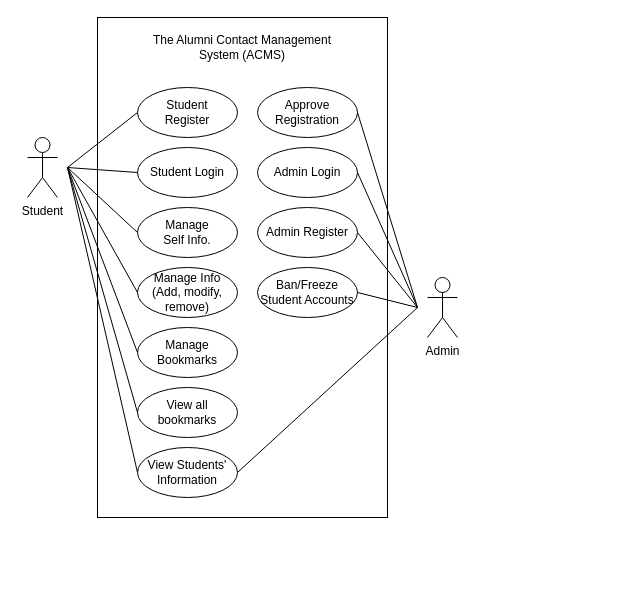
The draw.io diagram Design/Usecases.drawio in DIT202003G1/WebDev20023404, before the edit. Source tidied: cells renumbered, new cells numbered last; positions are measured from the earlier drawing's top-left corner, leaving out a move shared by most shapes. Both pictures are drawn from the tidied source at 100%, with x=0, y=0 at pixel (27, 17).
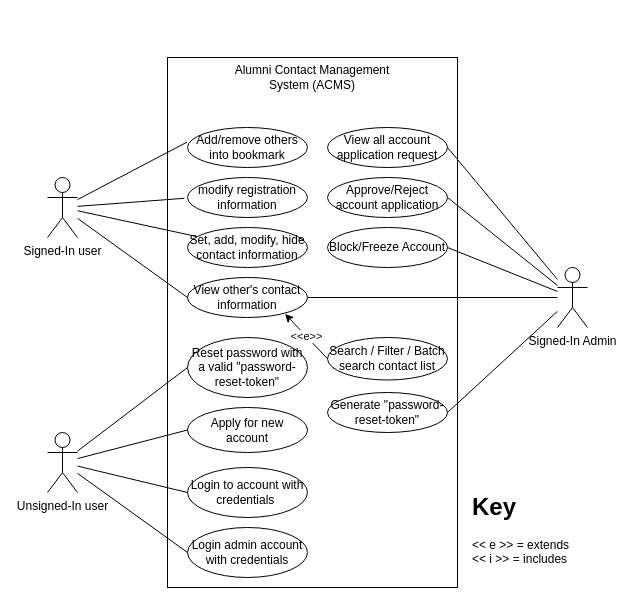
Above is the later version.

Commit message:
usecases v2 to match documentation

What changed in the source:
```diff
@@
-    <mxCell id="2" value="Student" style="shape=umlActor;verticalLabelPosition=bottom;verticalAlign=top;html=1;" parent="1" vertex="1">
-      <mxGeometry y="120" width="30" height="60" as="geometry" />
-    </mxCell>
-    <mxCell id="3" style="rounded=0;whiteSpace=wrap;html=1;" parent="1" vertex="1">
-      <mxGeometry x="70" width="290" height="500" as="geometry" />
-    </mxCell>
-    <mxCell id="4" value="Admin" style="shape=umlActor;verticalLabelPosition=bottom;verticalAlign=top;html=1;" parent="1" vertex="1">
-      <mxGeometry x="400" y="260" width="30" height="60" as="geometry" />
-    </mxCell>
-    <mxCell id="5" value="The Alumni Contact Management System (ACMS)" style="text;html=1;strokeColor=none;fillColor=none;align=center;verticalAlign=middle;whiteSpace=wrap;rounded=0;" parent="1" vertex="1">
-      <mxGeometry x="115" y="20" width="200" height="20" as="geometry" />
-    </mxCell>
-    <mxCell id="6" value="Student&lt;br&gt;Register" style="ellipse;whiteSpace=wrap;html=1;" parent="1" vertex="1">
-      <mxGeometry x="110" y="70" width="100" height="50" as="geometry" />
-    </mxCell>
-    <mxCell id="7" value="Student Login" style="ellipse;whiteSpace=wrap;html=1;" parent="1" vertex="1">
-      <mxGeometry x="110" y="130" width="100" height="50" as="geometry" />
-    </mxCell>
-    <mxCell id="8" value="Approve&lt;br&gt;Registration" style="ellipse;whiteSpace=wrap;html=1;" parent="1" vertex="1">
-      <mxGeometry x="230" y="70" width="100" height="50" as="geometry" />
-    </mxCell>
-    <mxCell id="9" value="Admin Login" style="ellipse;whiteSpace=wrap;html=1;" parent="1" vertex="1">
-      <mxGeometry x="230" y="130" width="100" height="50" as="geometry" />
-    </mxCell>
-    <mxCell id="10" value="Admin Register" style="ellipse;whiteSpace=wrap;html=1;" parent="1" vertex="1">
-      <mxGeometry x="230" y="190" width="100" height="50" as="geometry" />
-    </mxCell>
-    <mxCell id="11" value="Manage&lt;br&gt;Self Info." style="ellipse;whiteSpace=wrap;html=1;" parent="1" vertex="1">
-      <mxGeometry x="110" y="190" width="100" height="50" as="geometry" />
-    </mxCell>
-    <mxCell id="12" value="View Students'&lt;br&gt;Information" style="ellipse;whiteSpace=wrap;html=1;" parent="1" vertex="1">
-      <mxGeometry x="110" y="430" width="100" height="50" as="geometry" />
-    </mxCell>
-    <mxCell id="13" value="Manage Info&lt;br&gt;(Add, modify, remove)" style="ellipse;whiteSpace=wrap;html=1;" parent="1" vertex="1">
-      <mxGeometry x="110" y="250" width="100" height="50" as="geometry" />
-    </mxCell>
-    <mxCell id="14" value="Ban/Freeze Student Accounts" style="ellipse;whiteSpace=wrap;html=1;" parent="1" vertex="1">
-      <mxGeometry x="230" y="250" width="100" height="50" as="geometry" />
-    </mxCell>
-    <mxCell id="15" style="endArrow=none;html=1;entryX=0;entryY=0.5;entryDx=0;entryDy=0;" parent="1" edge="1" target="6">
-      <mxGeometry relative="1" as="geometry">
-        <mxPoint x="40" y="150" as="sourcePoint" />
-      </mxGeometry>
-    </mxCell>
-    <mxCell id="16" style="endArrow=none;html=1;entryX=0;entryY=0.5;entryDx=0;entryDy=0;" parent="1" edge="1" target="7">
-      <mxGeometry relative="1" as="geometry">
-        <mxPoint x="40" y="150" as="sourcePoint" />
-      </mxGeometry>
-    </mxCell>
-    <mxCell id="17" style="endArrow=none;html=1;entryX=0;entryY=0.5;entryDx=0;entryDy=0;" parent="1" edge="1" target="11">
-      <mxGeometry relative="1" as="geometry">
-        <mxPoint x="40" y="150" as="sourcePoint" />
-      </mxGeometry>
-    </mxCell>
-    <mxCell id="18" style="endArrow=none;html=1;entryX=0;entryY=0.5;entryDx=0;entryDy=0;" parent="1" edge="1" target="13">
-      <mxGeometry relative="1" as="geometry">
-        <mxPoint x="40" y="150" as="sourcePoint" />
-      </mxGeometry>
-    </mxCell>
-    <mxCell id="19" style="endArrow=none;html=1;entryX=0;entryY=0.5;entryDx=0;entryDy=0;" parent="1" edge="1" target="12">
-      <mxGeometry relative="1" as="geometry">
-        <mxPoint x="40" y="150" as="sourcePoint" />
-      </mxGeometry>
-    </mxCell>
-    <mxCell id="20" style="endArrow=none;html=1;exitX=1;exitY=0.5;exitDx=0;exitDy=0;" parent="1" edge="1" source="8">
-      <mxGeometry relative="1" as="geometry">
-        <mxPoint x="390" y="290" as="targetPoint" />
-      </mxGeometry>
-    </mxCell>
-    <mxCell id="21" style="endArrow=none;html=1;exitX=1;exitY=0.5;exitDx=0;exitDy=0;" parent="1" edge="1" source="9">
-      <mxGeometry relative="1" as="geometry">
-        <mxPoint x="390" y="290" as="targetPoint" />
-      </mxGeometry>
-    </mxCell>
-    <mxCell id="22" style="endArrow=none;html=1;exitX=1;exitY=0.5;exitDx=0;exitDy=0;" parent="1" edge="1" source="10">
-      <mxGeometry relative="1" as="geometry">
-        <mxPoint x="390" y="290" as="targetPoint" />
-      </mxGeometry>
-    </mxCell>
-    <mxCell id="23" style="endArrow=none;html=1;exitX=1;exitY=0.5;exitDx=0;exitDy=0;" parent="1" edge="1" source="14">
-      <mxGeometry relative="1" as="geometry">
-        <mxPoint x="390" y="290" as="targetPoint" />
-      </mxGeometry>
-    </mxCell>
-    <mxCell id="24" style="endArrow=none;html=1;exitX=1;exitY=0.5;exitDx=0;exitDy=0;" parent="1" edge="1" source="12">
-      <mxGeometry relative="1" as="geometry">
-        <mxPoint x="390" y="290" as="targetPoint" />
-      </mxGeometry>
-    </mxCell>
-    <mxCell id="25" value="Manage Bookmarks" style="ellipse;whiteSpace=wrap;html=1;" parent="1" vertex="1">
-      <mxGeometry x="110" y="310" width="100" height="50" as="geometry" />
-    </mxCell>
-    <mxCell id="26" style="endArrow=none;html=1;entryX=0;entryY=0.5;entryDx=0;entryDy=0;" parent="1" edge="1" target="25">
-      <mxGeometry relative="1" as="geometry">
-        <mxPoint x="40" y="150" as="sourcePoint" />
-      </mxGeometry>
-    </mxCell>
-    <mxCell id="27" value="View all bookmarks" style="ellipse;whiteSpace=wrap;html=1;" parent="1" vertex="1">
-      <mxGeometry x="110" y="370" width="100" height="50" as="geometry" />
-    </mxCell>
-    <mxCell id="28" style="endArrow=none;html=1;entryX=0;entryY=0.5;entryDx=0;entryDy=0;" parent="1" edge="1" target="27">
-      <mxGeometry relative="1" as="geometry">
-        <mxPoint x="40" y="150" as="sourcePoint" />
-      </mxGeometry>
-    </mxCell>
+    <mxCell id="29" style="rounded=0;whiteSpace=wrap;html=1;" parent="1" vertex="1">
+      <mxGeometry x="140" y="40" width="290" height="530" as="geometry" />
+    </mxCell>
+    <mxCell id="30" value="Set, add, modify, hide contact information" style="ellipse;whiteSpace=wrap;html=1;" parent="1" vertex="1">
+      <mxGeometry x="160" y="210" width="120" height="40" as="geometry" />
+    </mxCell>
+    <mxCell id="31" style="endArrow=none;html=1;" parent="1" edge="1" source="40" target="30">
+      <mxGeometry relative="1" as="geometry" />
+    </mxCell>
+    <mxCell id="32" value="Unsigned-In user" style="shape=umlActor;verticalLabelPosition=bottom;verticalAlign=top;html=1;outlineConnect=0;" parent="1" vertex="1">
+      <mxGeometry x="20" y="415" width="30" height="60" as="geometry" />
+    </mxCell>
+    <mxCell id="33" style="endArrow=none;html=1;entryX=0;entryY=0.5;entryDx=0;entryDy=0;" parent="1" edge="1" source="32" target="34">
+      <mxGeometry relative="1" as="geometry" />
+    </mxCell>
+    <mxCell id="34" value="Apply for new account" style="ellipse;whiteSpace=wrap;html=1;" parent="1" vertex="1">
+      <mxGeometry x="160" y="390" width="120" height="45" as="geometry" />
+    </mxCell>
+    <mxCell id="35" value="View other's contact information" style="ellipse;whiteSpace=wrap;html=1;" parent="1" vertex="1">
+      <mxGeometry x="160" y="260" width="120" height="40" as="geometry" />
+    </mxCell>
+    <mxCell id="36" value="Login to account with credentials&amp;nbsp;" style="ellipse;whiteSpace=wrap;html=1;" parent="1" vertex="1">
+      <mxGeometry x="160" y="450" width="120" height="50" as="geometry" />
+    </mxCell>
+    <mxCell id="37" style="endArrow=none;html=1;entryX=0;entryY=0.5;entryDx=0;entryDy=0;" parent="1" edge="1" source="32" target="36">
+      <mxGeometry relative="1" as="geometry" />
+    </mxCell>
+    <mxCell id="38" value="Reset password with a valid &quot;password-reset-token&quot;" style="ellipse;whiteSpace=wrap;html=1;" parent="1" vertex="1">
+      <mxGeometry x="160" y="320" width="120" height="60" as="geometry" />
+    </mxCell>
+    <mxCell id="39" style="endArrow=none;html=1;entryX=0;entryY=0.5;entryDx=0;entryDy=0;" parent="1" edge="1" source="32" target="38">
+      <mxGeometry relative="1" as="geometry" />
+    </mxCell>
+    <mxCell id="40" value="Signed-In user" style="shape=umlActor;verticalLabelPosition=bottom;verticalAlign=top;html=1;outlineConnect=0;" parent="1" vertex="1">
+      <mxGeometry x="20" y="160" width="30" height="60" as="geometry" />
+    </mxCell>
+    <mxCell id="41" style="endArrow=none;html=1;entryX=0;entryY=0.5;entryDx=0;entryDy=0;" parent="1" edge="1" source="40" target="35">
+      <mxGeometry relative="1" as="geometry" />
+    </mxCell>
+    <mxCell id="42" value="Search / Filter / Batch search contact list" style="ellipse;whiteSpace=wrap;html=1;" parent="1" vertex="1">
+      <mxGeometry x="300" y="320" width="120" height="42.5" as="geometry" />
+    </mxCell>
+    <mxCell id="43" value="&amp;lt;&amp;lt;e&amp;gt;&amp;gt;" style="endArrow=classic;html=1;exitX=0;exitY=0.5;exitDx=0;exitDy=0;entryX=0.813;entryY=0.91;entryDx=0;entryDy=0;entryPerimeter=0;" parent="1" edge="1" source="42" target="35">
+      <mxGeometry relative="1" as="geometry" />
+    </mxCell>
+    <mxCell id="44" value="&lt;h1&gt;Key&lt;/h1&gt;&lt;div&gt;&amp;lt;&amp;lt; e &amp;gt;&amp;gt; = extends&lt;/div&gt;&lt;div&gt;&amp;lt;&amp;lt; i &amp;gt;&amp;gt; = includes&lt;/div&gt;" style="text;html=1;strokeColor=none;fillColor=none;spacing=5;spacingTop=-20;whiteSpace=wrap;overflow=hidden;rounded=0;" parent="1" vertex="1">
+      <mxGeometry x="440" y="470" width="130" height="90" as="geometry" />
+    </mxCell>
+    <mxCell id="45" value="modify registration information" style="ellipse;whiteSpace=wrap;html=1;" parent="1" vertex="1">
+      <mxGeometry x="160" y="160" width="120" height="40" as="geometry" />
+    </mxCell>
+    <mxCell id="46" style="endArrow=none;html=1;entryX=-0.026;entryY=0.52;entryDx=0;entryDy=0;entryPerimeter=0;" parent="1" edge="1" source="40" target="45">
+      <mxGeometry relative="1" as="geometry" />
+    </mxCell>
+    <mxCell id="47" value="Add/remove others into bookmark" style="ellipse;whiteSpace=wrap;html=1;" parent="1" vertex="1">
+      <mxGeometry x="160" y="110" width="120" height="40" as="geometry" />
+    </mxCell>
+    <mxCell id="48" style="endArrow=none;html=1;entryX=-0.004;entryY=0.365;entryDx=0;entryDy=0;entryPerimeter=0;" parent="1" edge="1" source="40" target="47">
+      <mxGeometry relative="1" as="geometry" />
+    </mxCell>
+    <mxCell id="49" value="View all account application request" style="ellipse;whiteSpace=wrap;html=1;" parent="1" vertex="1">
+      <mxGeometry x="300" y="110" width="120" height="40" as="geometry" />
+    </mxCell>
+    <mxCell id="50" value="Login admin account with credentials" style="ellipse;whiteSpace=wrap;html=1;" parent="1" vertex="1">
+      <mxGeometry x="160" y="510" width="120" height="50" as="geometry" />
+    </mxCell>
+    <mxCell id="51" style="endArrow=none;html=1;entryX=0;entryY=0.5;entryDx=0;entryDy=0;" parent="1" edge="1" source="32" target="50">
+      <mxGeometry relative="1" as="geometry" />
+    </mxCell>
+    <mxCell id="52" value="Approve/Reject account application" style="ellipse;whiteSpace=wrap;html=1;" parent="1" vertex="1">
+      <mxGeometry x="300" y="160" width="120" height="40" as="geometry" />
+    </mxCell>
+    <mxCell id="53" value="Block/Freeze Account" style="ellipse;whiteSpace=wrap;html=1;" parent="1" vertex="1">
+      <mxGeometry x="300" y="210" width="120" height="40" as="geometry" />
+    </mxCell>
+    <mxCell id="54" value="Generate &quot;password-reset-token&quot;" style="ellipse;whiteSpace=wrap;html=1;" parent="1" vertex="1">
+      <mxGeometry x="300" y="375" width="120" height="40" as="geometry" />
+    </mxCell>
+    <mxCell id="55" value="Signed-In Admin" style="shape=umlActor;verticalLabelPosition=bottom;verticalAlign=top;html=1;outlineConnect=0;" parent="1" vertex="1">
+      <mxGeometry x="530" y="250" width="30" height="60" as="geometry" />
+    </mxCell>
+    <mxCell id="56" style="endArrow=none;html=1;entryX=1;entryY=0.5;entryDx=0;entryDy=0;" parent="1" edge="1" source="55" target="49">
+      <mxGeometry relative="1" as="geometry" />
+    </mxCell>
+    <mxCell id="57" style="endArrow=none;html=1;entryX=1;entryY=0.5;entryDx=0;entryDy=0;" parent="1" edge="1" source="55" target="52">
+      <mxGeometry relative="1" as="geometry" />
+    </mxCell>
+    <mxCell id="58" style="endArrow=none;html=1;entryX=1;entryY=0.5;entryDx=0;entryDy=0;" parent="1" edge="1" source="55" target="53">
+      <mxGeometry relative="1" as="geometry" />
+    </mxCell>
+    <mxCell id="59" style="endArrow=none;html=1;entryX=1;entryY=0.5;entryDx=0;entryDy=0;fontStyle=1;" parent="1" edge="1" source="55" target="35">
+      <mxGeometry relative="1" as="geometry" />
+    </mxCell>
+    <mxCell id="60" style="endArrow=none;html=1;entryX=1;entryY=0.5;entryDx=0;entryDy=0;" parent="1" edge="1" source="55" target="54">
+      <mxGeometry relative="1" as="geometry" />
+    </mxCell>
+    <mxCell id="61" value="Alumni Contact Management System (ACMS)" style="text;html=1;strokeColor=none;fillColor=none;align=center;verticalAlign=middle;whiteSpace=wrap;rounded=0;" parent="1" vertex="1">
+      <mxGeometry x="185" y="50" width="200" height="20" as="geometry" />
+    </mxCell>
```
